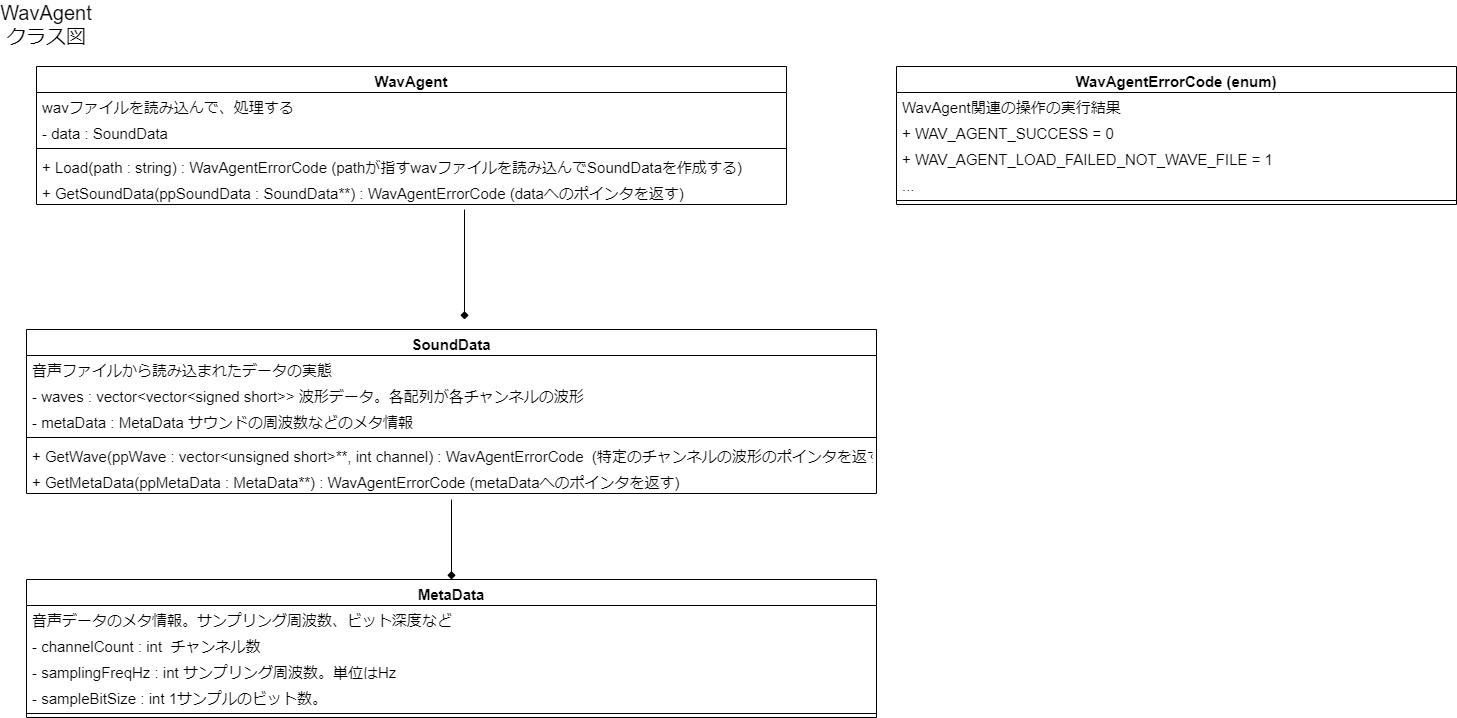
Earlier version of the draw.io export design/WavAgentClassDiagram.png (Dumble009/WavAgent). Source tidied: cells renumbered, new cells last; positions are measured from the earlier drawing's top-left corner, leaving out a move shared by most shapes.
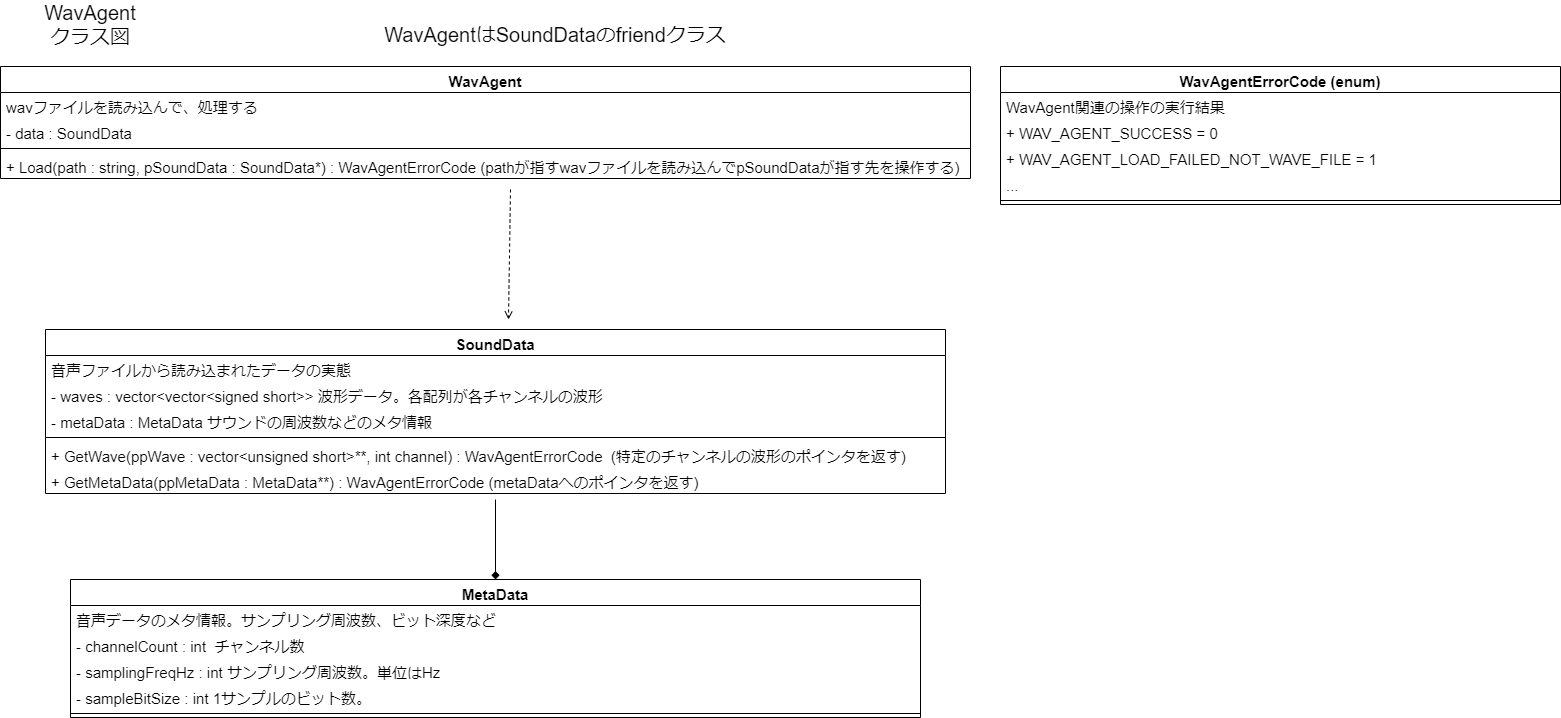
Above is the later version.

What changed in the source:
```diff
@@ -5,50 +5,47 @@
     <mxCell id="2" value="WavAgentクラス図" style="text;html=1;strokeColor=none;fillColor=none;align=center;verticalAlign=middle;whiteSpace=wrap;rounded=0;fontSize=20;" parent="1" vertex="1">
       <mxGeometry width="60" height="30" as="geometry" />
     </mxCell>
-    <mxCell id="3" style="endArrow=diamond;html=1;rounded=0;fontSize=15;endFill=1;entryX=0.5;entryY=0;entryDx=0;entryDy=0;" parent="1" edge="1">
+    <mxCell id="3" style="endArrow=open;html=1;rounded=0;fontSize=15;endFill=0;entryX=0.5;entryY=0;entryDx=0;entryDy=0;dashed=1;" parent="1" edge="1">
       <mxGeometry relative="1" as="geometry">
-        <mxPoint x="448" y="200" as="sourcePoint" />
+        <mxPoint x="450" y="180" as="sourcePoint" />
         <mxPoint x="448" y="310" as="targetPoint" />
       </mxGeometry>
     </mxCell>
     <mxCell id="4" value="WavAgent" style="swimlane;fontStyle=1;align=center;verticalAlign=top;horizontal=1;startSize=26;fontSize=15;" parent="1" vertex="1">
-      <mxGeometry x="20" y="57" width="750" height="138" as="geometry" />
+      <mxGeometry x="-60" y="57" width="970" height="112" as="geometry" />
     </mxCell>
     <mxCell id="5" value="wavファイルを読み込んで、処理する" style="text;strokeColor=none;fillColor=none;align=left;verticalAlign=top;spacingLeft=4;spacingRight=4;overflow=hidden;fontSize=15;" parent="4" vertex="1">
-      <mxGeometry y="26" width="750" height="26" as="geometry" />
+      <mxGeometry y="26" width="970" height="26" as="geometry" />
     </mxCell>
     <mxCell id="6" value="- data : SoundData" style="text;strokeColor=none;fillColor=none;align=left;verticalAlign=top;spacingLeft=4;spacingRight=4;overflow=hidden;fontSize=15;" parent="4" vertex="1">
-      <mxGeometry y="52" width="750" height="26" as="geometry" />
+      <mxGeometry y="52" width="970" height="26" as="geometry" />
     </mxCell>
     <mxCell id="7" style="line;strokeWidth=1;fillColor=none;align=left;verticalAlign=middle;spacingTop=-1;spacingLeft=3;spacingRight=3;labelPosition=right;fontSize=15;" parent="4" vertex="1">
-      <mxGeometry y="78" width="750" height="8" as="geometry" />
+      <mxGeometry y="78" width="970" height="8" as="geometry" />
     </mxCell>
-    <mxCell id="8" value="+ Load(path : string) : WavAgentErrorCode (pathが指すwavファイルを読み込んでSoundDataを作成する)" style="text;strokeColor=none;fillColor=none;align=left;verticalAlign=top;spacingLeft=4;spacingRight=4;overflow=hidden;fontSize=15;" parent="4" vertex="1">
-      <mxGeometry y="86" width="750" height="26" as="geometry" />
+    <mxCell id="8" value="+ Load(path : string, pSoundData : SoundData*) : WavAgentErrorCode (pathが指すwavファイルを読み込んでpSoundDataが指す先を操作する)" style="text;strokeColor=none;fillColor=none;align=left;verticalAlign=top;spacingLeft=4;spacingRight=4;overflow=hidden;fontSize=15;" parent="4" vertex="1">
+      <mxGeometry y="86" width="970" height="26" as="geometry" />
     </mxCell>
-    <mxCell id="9" value="+ GetSoundData(ppSoundData : SoundData**) : WavAgentErrorCode (dataへのポインタを返す)" style="text;strokeColor=none;fillColor=none;align=left;verticalAlign=top;spacingLeft=4;spacingRight=4;overflow=hidden;fontSize=15;" parent="4" vertex="1">
-      <mxGeometry y="112" width="750" height="26" as="geometry" />
-    </mxCell>
     <mxCell id="10" value="SoundData" style="swimlane;fontStyle=1;align=center;verticalAlign=top;horizontal=1;startSize=26;fontSize=15;" parent="1" vertex="1">
-      <mxGeometry x="10" y="320" width="850" height="164" as="geometry" />
+      <mxGeometry x="-15" y="320" width="900" height="164" as="geometry" />
     </mxCell>
     <mxCell id="11" value="音声ファイルから読み込まれたデータの実態" style="text;strokeColor=none;fillColor=none;align=left;verticalAlign=top;spacingLeft=4;spacingRight=4;overflow=hidden;fontSize=15;" parent="10" vertex="1">
-      <mxGeometry y="26" width="850" height="26" as="geometry" />
+      <mxGeometry y="26" width="900" height="26" as="geometry" />
     </mxCell>
     <mxCell id="12" value="- waves : vector&lt;vector&lt;signed short&gt;&gt; 波形データ。各配列が各チャンネルの波形" style="text;strokeColor=none;fillColor=none;align=left;verticalAlign=top;spacingLeft=4;spacingRight=4;overflow=hidden;fontSize=15;" parent="10" vertex="1">
-      <mxGeometry y="52" width="850" height="26" as="geometry" />
+      <mxGeometry y="52" width="900" height="26" as="geometry" />
     </mxCell>
     <mxCell id="13" value="- metaData : MetaData サウンドの周波数などのメタ情報" style="text;strokeColor=none;fillColor=none;align=left;verticalAlign=top;spacingLeft=4;spacingRight=4;overflow=hidden;fontSize=15;" parent="10" vertex="1">
-      <mxGeometry y="78" width="850" height="26" as="geometry" />
+      <mxGeometry y="78" width="900" height="26" as="geometry" />
     </mxCell>
     <mxCell id="14" style="line;strokeWidth=1;fillColor=none;align=left;verticalAlign=middle;spacingTop=-1;spacingLeft=3;spacingRight=3;labelPosition=right;fontSize=15;" parent="10" vertex="1">
-      <mxGeometry y="104" width="850" height="8" as="geometry" />
+      <mxGeometry y="104" width="900" height="8" as="geometry" />
     </mxCell>
     <mxCell id="15" value="+ GetWave(ppWave : vector&lt;unsigned short&gt;**, int channel) : WavAgentErrorCode  (特定のチャンネルの波形のポインタを返す)" style="text;strokeColor=none;fillColor=none;align=left;verticalAlign=top;spacingLeft=4;spacingRight=4;overflow=hidden;fontSize=15;" parent="10" vertex="1">
-      <mxGeometry y="112" width="850" height="26" as="geometry" />
+      <mxGeometry y="112" width="900" height="26" as="geometry" />
     </mxCell>
     <mxCell id="16" value="+ GetMetaData(ppMetaData : MetaData**) : WavAgentErrorCode (metaDataへのポインタを返す)" style="text;strokeColor=none;fillColor=none;align=left;verticalAlign=top;spacingLeft=4;spacingRight=4;overflow=hidden;fontSize=15;" parent="10" vertex="1">
-      <mxGeometry y="138" width="850" height="26" as="geometry" />
+      <mxGeometry y="138" width="900" height="26" as="geometry" />
     </mxCell>
     <mxCell id="17" value="MetaData" style="swimlane;fontStyle=1;align=center;verticalAlign=top;horizontal=1;startSize=26;fontSize=15;" parent="1" vertex="1">
       <mxGeometry x="10" y="570" width="850" height="138" as="geometry" />
@@ -74,7 +71,7 @@
       </mxGeometry>
     </mxCell>
     <mxCell id="24" value="WavAgentErrorCode (enum)" style="swimlane;fontStyle=1;align=center;verticalAlign=top;horizontal=1;startSize=26;fontSize=15;" parent="1" vertex="1">
-      <mxGeometry x="880" y="57" width="560" height="138" as="geometry" />
+      <mxGeometry x="940" y="57" width="560" height="138" as="geometry" />
     </mxCell>
     <mxCell id="25" value="WavAgent関連の操作の実行結果" style="text;strokeColor=none;fillColor=none;align=left;verticalAlign=top;spacingLeft=4;spacingRight=4;overflow=hidden;fontSize=15;" parent="24" vertex="1">
       <mxGeometry y="26" width="560" height="26" as="geometry" />
@@ -91,5 +88,8 @@
     <mxCell id="29" style="line;strokeWidth=1;fillColor=none;align=left;verticalAlign=middle;spacingTop=-1;spacingLeft=3;spacingRight=3;labelPosition=right;fontSize=15;" parent="24" vertex="1">
       <mxGeometry y="130" width="560" height="8" as="geometry" />
     </mxCell>
+    <mxCell id="30" value="WavAgentはSoundDataのfriendクラス" style="text;html=1;strokeColor=none;fillColor=none;align=center;verticalAlign=middle;whiteSpace=wrap;rounded=0;fontSize=20;" parent="1" vertex="1">
+      <mxGeometry x="300" y="10" width="390" height="30" as="geometry" />
+    </mxCell>
   </root>
 </mxGraphModel>
```
